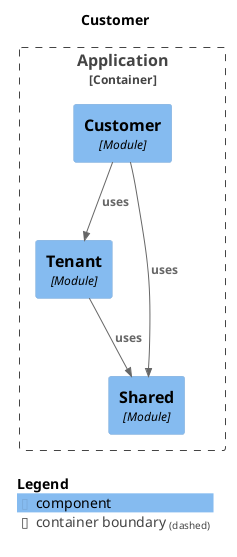
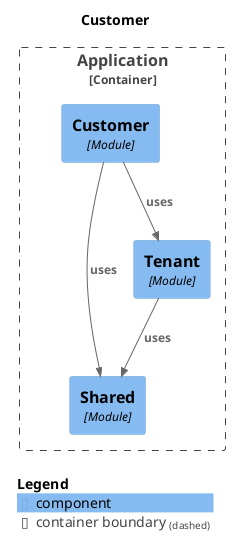
@startuml
set separator none
title Customer

top to bottom direction

!include <C4/C4>
!include <C4/C4_Context>
!include <C4/C4_Component>

Container_Boundary("Application.Application_boundary", "Application", $tags="") {
-   Component(Application.Application.Tenant, "Tenant", $techn="Module", $descr="", $tags="", $link="")
  Component(Application.Application.Customer, "Customer", $techn="Module", $descr="", $tags="", $link="")
  Component(Application.Application.Shared, "Shared", $techn="Module", $descr="", $tags="", $link="")
+   Component(Application.Application.Tenant, "Tenant", $techn="Module", $descr="", $tags="", $link="")
}

+ Rel(Application.Application.Tenant, Application.Application.Shared, "uses", $techn="", $tags="", $link="")
Rel(Application.Application.Customer, Application.Application.Shared, "uses", $techn="", $tags="", $link="")
Rel(Application.Application.Customer, Application.Application.Tenant, "uses", $techn="", $tags="", $link="")
- Rel(Application.Application.Tenant, Application.Application.Shared, "uses", $techn="", $tags="", $link="")

SHOW_LEGEND(true)
@enduml